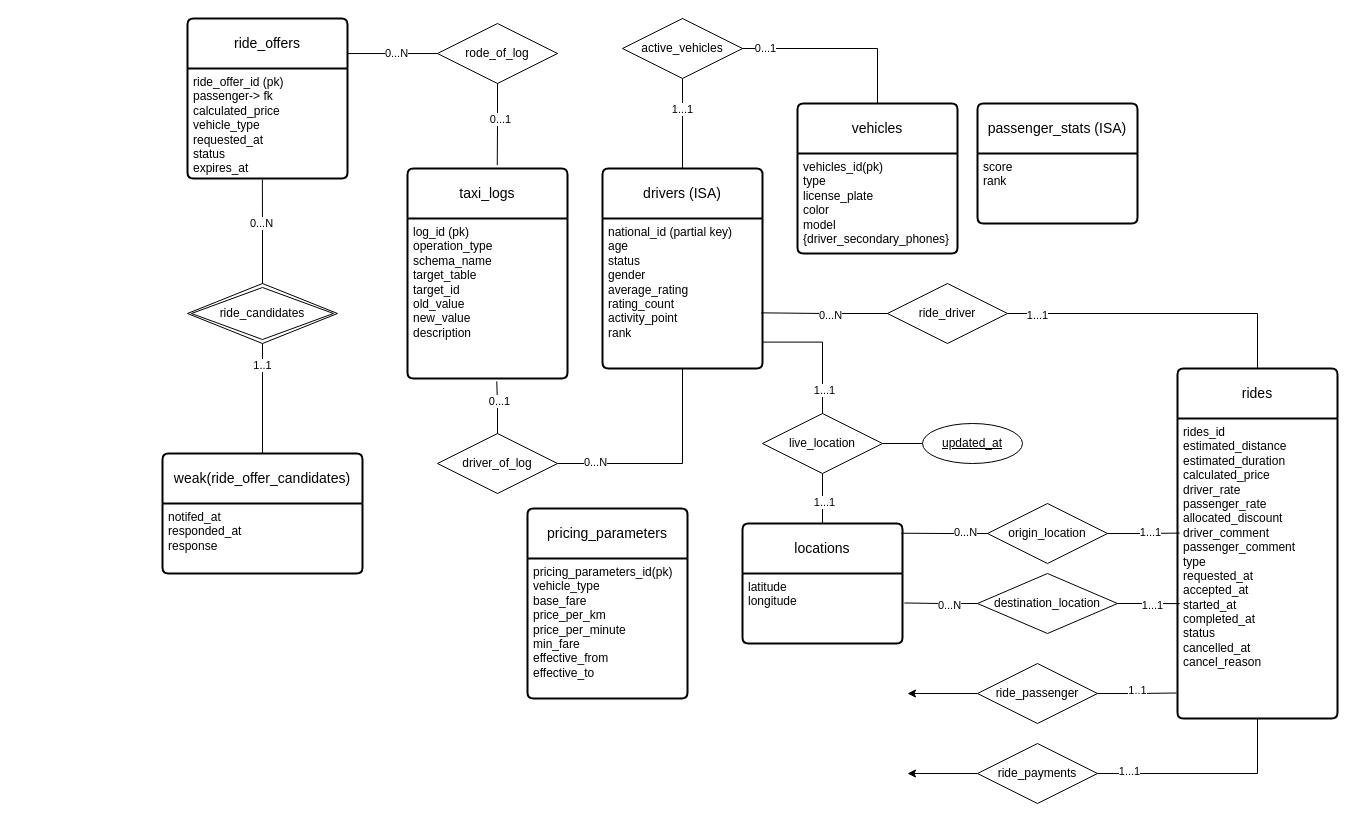
The draw.io diagram docs/er_diagrams/taxi/mini_snap_taxi.drawio in mini-snapp/mini-snapp-db, before the edit. Source tidied: cells renumbered, new cells numbered last; positions are measured from the earlier drawing's top-left corner, leaving out a move shared by most shapes. Both pictures are drawn from the tidied source at 100%, with x=0, y=0 at pixel (162, 18).
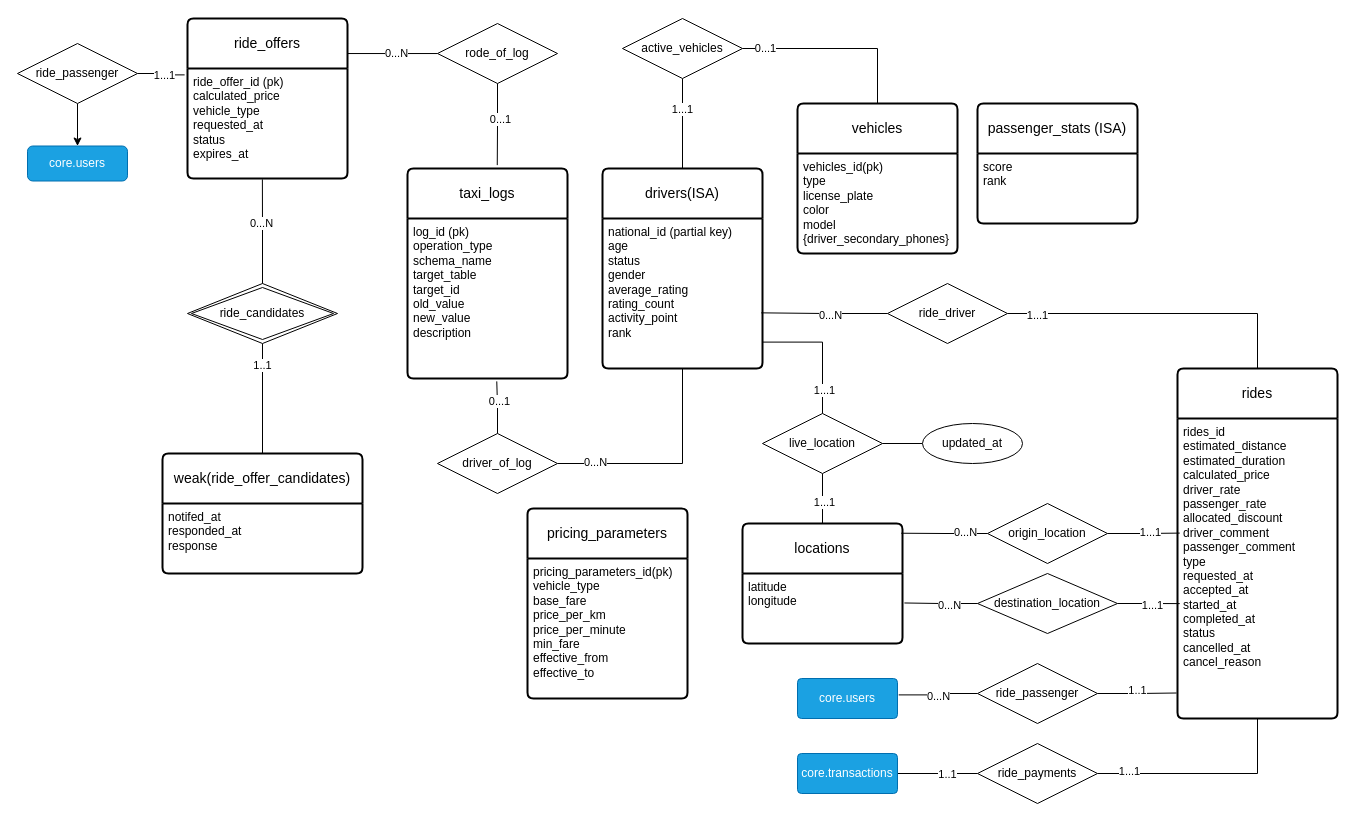
The same page after the edit.

Commit message:
update: add cross schema relations

The change refers to these unchanged cells:
```xml
<mxCell id="16" value="ride_offers" style="swimlane;horizontal=1;startSize=50;rounded=1;fontSize=14;fontStyle=0;strokeWidth=2;shadow=0;dashed=0;align=center;arcSize=4;whiteSpace=wrap;html=1;" parent="1" vertex="1">
  <mxGeometry x="25" width="160" height="160" as="geometry" />
</mxCell>
<mxCell id="42" value="live_location" style="shape=rhombus;perimeter=rhombusPerimeter;whiteSpace=wrap;html=1;align=center;" parent="1" vertex="1">
  <mxGeometry x="600" y="395" width="120" height="60" as="geometry" />
</mxCell>
<mxCell id="63" value="ride_passenger" style="shape=rhombus;perimeter=rhombusPerimeter;whiteSpace=wrap;html=1;align=center;" parent="1" vertex="1">
  <mxGeometry x="815" y="645" width="120" height="60" as="geometry" />
</mxCell>
<mxCell id="69" value="ride_payments" style="shape=rhombus;perimeter=rhombusPerimeter;whiteSpace=wrap;html=1;align=center;" parent="1" vertex="1">
  <mxGeometry x="815" y="725" width="120" height="60" as="geometry" />
</mxCell>
```

Change to the diagram source:
```diff
@@
-    <mxCell id="6" value="drivers (ISA)" style="swimlane;horizontal=1;startSize=50;rounded=1;fontSize=14;fontStyle=0;strokeWidth=2;shadow=0;dashed=0;align=center;arcSize=4;whiteSpace=wrap;html=1;" parent="1" vertex="1">
+    <mxCell id="6" value="drivers(ISA)" style="swimlane;horizontal=1;startSize=50;rounded=1;fontSize=14;fontStyle=0;strokeWidth=2;shadow=0;dashed=0;align=center;arcSize=4;whiteSpace=wrap;html=1;" parent="1" vertex="1">
       <mxGeometry x="440" y="150" width="160" height="200" as="geometry" />
     </mxCell>
@@
-    <mxCell id="17" value="ride_offer_id (pk)&lt;div&gt;passenger-&amp;gt; fk&lt;/div&gt;&lt;div&gt;calculated_price&lt;/div&gt;&lt;div&gt;vehicle_type&lt;/div&gt;&lt;div&gt;requested_at&lt;/div&gt;&lt;div&gt;status&lt;/div&gt;&lt;div&gt;expires_at&lt;/div&gt;" style="align=left;strokeColor=none;fillColor=none;spacingLeft=4;spacingRight=4;fontSize=12;verticalAlign=top;html=1;whiteSpace=wrap;" parent="16" vertex="1">
+    <mxCell id="17" value="ride_offer_id (pk)&lt;div&gt;calculated_price&lt;/div&gt;&lt;div&gt;vehicle_type&lt;/div&gt;&lt;div&gt;requested_at&lt;/div&gt;&lt;div&gt;status&lt;/div&gt;&lt;div&gt;expires_at&lt;/div&gt;" style="align=left;strokeColor=none;fillColor=none;spacingLeft=4;spacingRight=4;fontSize=12;verticalAlign=top;html=1;whiteSpace=wrap;" parent="16" vertex="1">
       <mxGeometry y="50" width="160" height="110" as="geometry" />
     </mxCell>
@@
-    <mxCell id="45" style="edgeStyle=orthogonalEdgeStyle;rounded=0;jettySize=auto;html=1;endArrow=none;endFill=0;entryX=1;entryY=0.5;entryDx=0;entryDy=0;" parent="1" edge="1" source="46" target="42">
+    <mxCell id="45" style="edgeStyle=orthogonalEdgeStyle;rounded=0;jettySize=auto;html=1;endArrow=none;endFill=0;entryX=1;entryY=0.5;entryDx=0;entryDy=0;exitX=0;exitY=0.5;exitDx=0;exitDy=0;" parent="1" edge="1" source="46" target="42">
       <mxGeometry relative="1" as="geometry" />
     </mxCell>
-    <mxCell id="46" value="&lt;span style=&quot;text-align: left;&quot;&gt;updated_at&lt;/span&gt;" style="ellipse;whiteSpace=wrap;html=1;align=center;fontStyle=4;" parent="1" vertex="1">
-      <mxGeometry x="760" y="405" width="100" height="40" as="geometry" />
-    </mxCell>
@@
-    <mxCell id="62" style="edgeStyle=orthogonalEdgeStyle;rounded=0;jettySize=auto;html=1;" parent="1" edge="1" source="63">
-      <mxGeometry relative="1" as="geometry">
-        <mxPoint x="745" y="675" as="targetPoint" />
-      </mxGeometry>
+    <mxCell id="62" style="edgeStyle=orthogonalEdgeStyle;rounded=0;jettySize=auto;html=1;entryX=1.012;entryY=0.41;entryDx=0;entryDy=0;entryPerimeter=0;endArrow=none;endFill=0;" parent="1" edge="1" source="63" target="73">
+      <mxGeometry relative="1" as="geometry" />
     </mxCell>
+    <mxCell id="70" value="0...N" style="edgeLabel;html=1;align=center;verticalAlign=middle;" parent="62" vertex="1">
+      <mxGeometry x="0.01" y="1" relative="1" as="geometry" />
+    </mxCell>
@@
-    <mxCell id="68" style="edgeStyle=orthogonalEdgeStyle;rounded=0;jettySize=auto;html=1;" parent="1" edge="1" source="69">
-      <mxGeometry relative="1" as="geometry">
-        <mxPoint x="745" y="755" as="targetPoint" />
-      </mxGeometry>
-    </mxCell>
+    <mxCell id="71" style="edgeStyle=orthogonalEdgeStyle;rounded=0;jettySize=auto;html=1;entryX=1;entryY=0.5;entryDx=0;entryDy=0;endArrow=none;endFill=0;" parent="1" edge="1" source="69" target="74">
+      <mxGeometry relative="1" as="geometry" />
+    </mxCell>
+    <mxCell id="72" value="1..1" style="edgeLabel;html=1;align=center;verticalAlign=middle;" parent="71" vertex="1">
+      <mxGeometry x="-0.23" relative="1" as="geometry" />
+    </mxCell>
@@
+    <mxCell id="73" value="core.users" style="rounded=1;arcSize=10;whiteSpace=wrap;html=1;align=center;fillColor=#1ba1e2;fontColor=#ffffff;strokeColor=#006EAF;" parent="1" vertex="1">
+      <mxGeometry x="635" y="660" width="100" height="40" as="geometry" />
+    </mxCell>
+    <mxCell id="74" value="core.transactions" style="rounded=1;arcSize=10;whiteSpace=wrap;html=1;align=center;fillColor=#1ba1e2;fontColor=#ffffff;strokeColor=#006EAF;" parent="1" vertex="1">
+      <mxGeometry x="635" y="735" width="100" height="40" as="geometry" />
+    </mxCell>
+    <mxCell id="75" style="edgeStyle=orthogonalEdgeStyle;rounded=0;jettySize=auto;html=1;" parent="1" edge="1" source="76" target="79">
+      <mxGeometry relative="1" as="geometry" />
+    </mxCell>
+    <mxCell id="76" value="ride_passenger" style="shape=rhombus;perimeter=rhombusPerimeter;whiteSpace=wrap;html=1;align=center;" parent="1" vertex="1">
+      <mxGeometry x="-145" y="25" width="120" height="60" as="geometry" />
+    </mxCell>
+    <mxCell id="77" style="edgeStyle=orthogonalEdgeStyle;rounded=0;jettySize=auto;html=1;entryX=-0.018;entryY=0.058;entryDx=0;entryDy=0;entryPerimeter=0;endArrow=none;endFill=0;" parent="1" edge="1" source="76" target="17">
+      <mxGeometry relative="1" as="geometry" />
+    </mxCell>
+    <mxCell id="78" value="1...1" style="edgeLabel;html=1;align=center;verticalAlign=middle;" parent="77" vertex="1">
+      <mxGeometry x="0.15" relative="1" as="geometry" />
+    </mxCell>
+    <mxCell id="79" value="core.users" style="rounded=1;whiteSpace=wrap;html=1;fillColor=#1ba1e2;fontColor=#ffffff;strokeColor=#006EAF;" parent="1" vertex="1">
+      <mxGeometry x="-135" y="127.5" width="100" height="35" as="geometry" />
+    </mxCell>
+    <mxCell id="46" value="updated_at" style="ellipse;whiteSpace=wrap;html=1;align=center;" parent="1" vertex="1">
+      <mxGeometry x="760" y="405" width="100" height="40" as="geometry" />
+    </mxCell>
```
